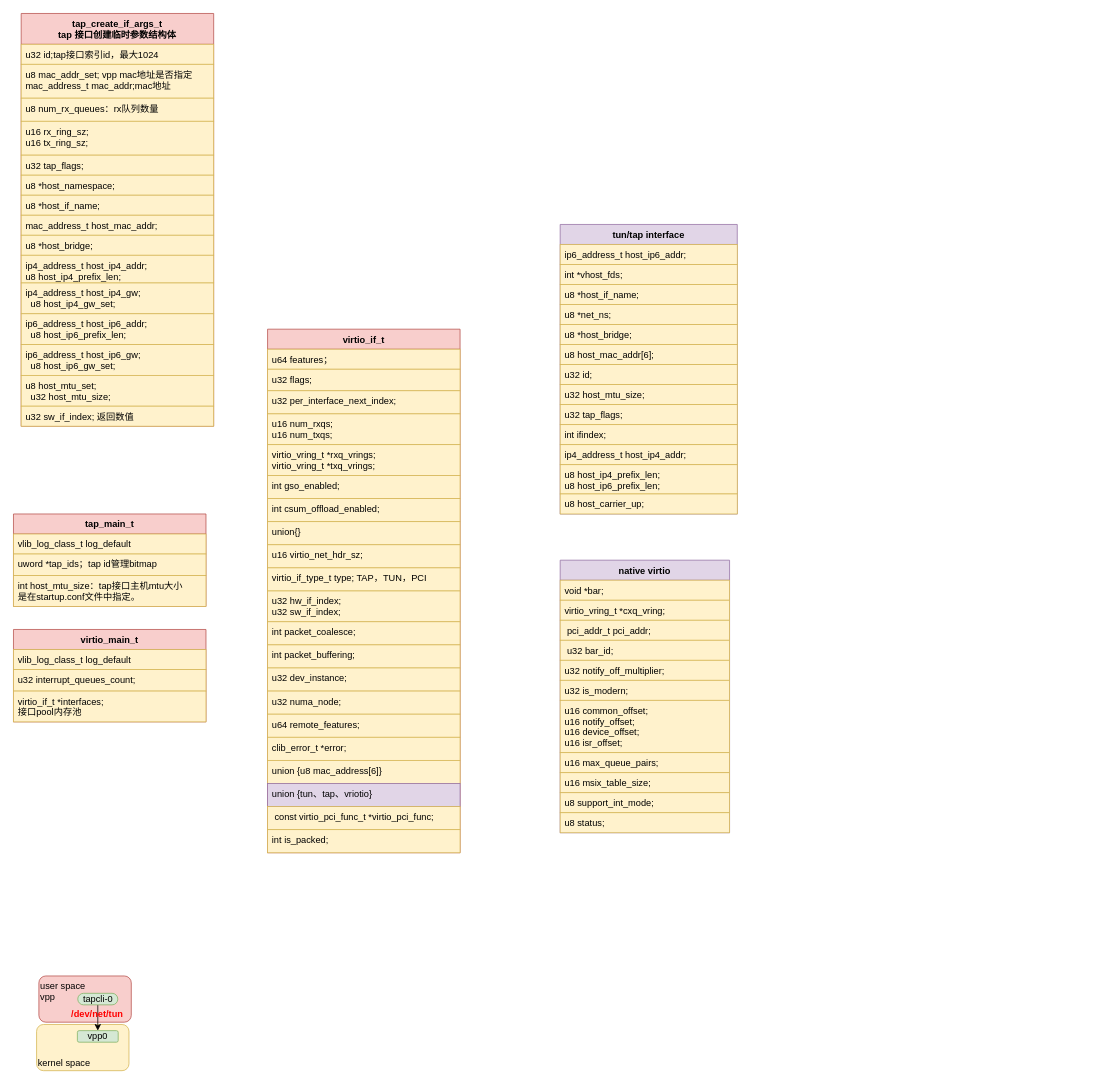
Before: new_map/vpp tap.drawio in jin13417/dpdk-vpp-learning, a draw.io diagram. Source tidied: cells renumbered, new cells numbered last; positions are measured from the earlier drawing's top-left corner, leaving out a move shared by most shapes. Both pictures are drawn from the tidied source at 77%, with x=0, y=0 at pixel (13, 13).
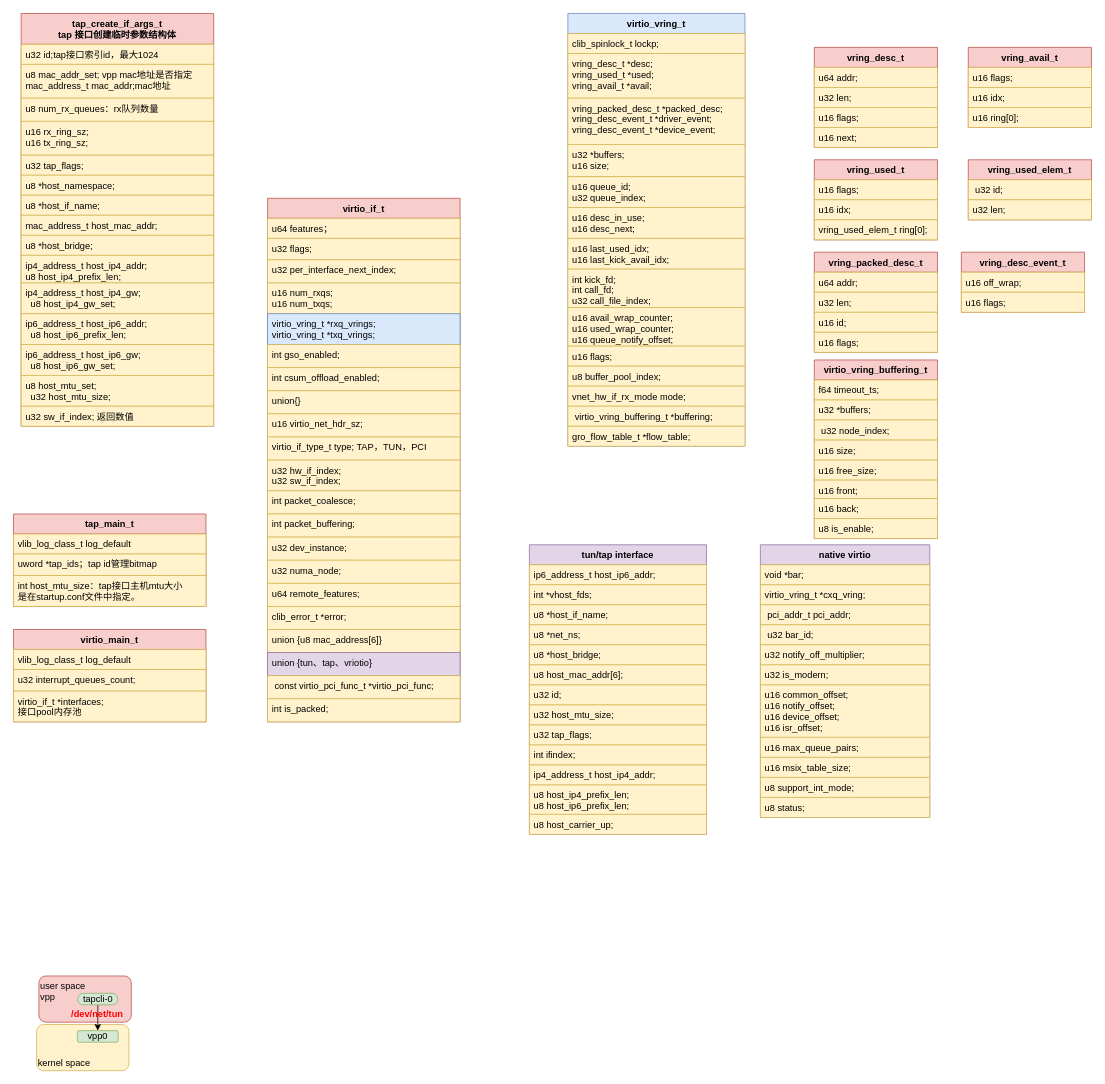
The same page after the edit.

Diff of the diagram source:
```diff
@@
     <mxCell id="32" value="virtio_if_t" style="swimlane;fontStyle=1;align=center;verticalAlign=top;horizontal=1;startSize=26;fillColor=#f8cecc;strokeColor=#b85450;" parent="1" vertex="1">
-      <mxGeometry x="330" y="410" width="250" height="680" as="geometry" />
+      <mxGeometry x="330" y="240" width="250" height="680" as="geometry" />
     </mxCell>
@@
-    <mxCell id="37" value="virtio_vring_t *rxq_vrings;&#10;virtio_vring_t *txq_vrings;" style="text;strokeColor=#d6b656;fillColor=#fff2cc;align=left;verticalAlign=top;spacingLeft=4;spacingRight=4;overflow=hidden;" parent="32" vertex="1">
+    <mxCell id="37" value="virtio_vring_t *rxq_vrings;&#10;virtio_vring_t *txq_vrings;" style="text;strokeColor=#6c8ebf;fillColor=#dae8fc;align=left;verticalAlign=top;spacingLeft=4;spacingRight=4;overflow=hidden;" parent="32" vertex="1">
       <mxGeometry y="150" width="250" height="40" as="geometry" />
     </mxCell>
@@
     <mxCell id="54" value="tun/tap interface" style="swimlane;fontStyle=1;align=center;verticalAlign=top;horizontal=1;startSize=26;fillColor=#e1d5e7;strokeColor=#9673a6;" parent="1" vertex="1">
-      <mxGeometry x="710" y="274" width="230" height="376" as="geometry" />
+      <mxGeometry x="670" y="690" width="230" height="376" as="geometry" />
     </mxCell>
@@
     <mxCell id="68" value="native virtio" style="swimlane;fontStyle=1;align=center;verticalAlign=top;horizontal=1;startSize=26;fillColor=#e1d5e7;strokeColor=#9673a6;" parent="1" vertex="1">
-      <mxGeometry x="710" y="710" width="220" height="354" as="geometry" />
+      <mxGeometry x="970" y="690" width="220" height="354" as="geometry" />
     </mxCell>
@@
+    <mxCell id="80" value="virtio_vring_t" style="swimlane;fontStyle=1;align=center;verticalAlign=top;horizontal=1;startSize=26;fillColor=#dae8fc;strokeColor=#6c8ebf;" parent="1" vertex="1">
+      <mxGeometry x="720" width="230" height="562" as="geometry" />
+    </mxCell>
+    <mxCell id="81" value="clib_spinlock_t lockp;" style="text;strokeColor=#d6b656;fillColor=#fff2cc;align=left;verticalAlign=top;spacingLeft=4;spacingRight=4;overflow=hidden;" parent="80" vertex="1">
+      <mxGeometry y="26" width="230" height="26" as="geometry" />
+    </mxCell>
+    <mxCell id="82" value="vring_desc_t *desc;&#10;vring_used_t *used;&#10;vring_avail_t *avail;" style="text;strokeColor=#d6b656;fillColor=#fff2cc;align=left;verticalAlign=top;spacingLeft=4;spacingRight=4;overflow=hidden;" parent="80" vertex="1">
+      <mxGeometry y="52" width="230" height="58" as="geometry" />
+    </mxCell>
+    <mxCell id="83" value="vring_packed_desc_t *packed_desc;&#10;vring_desc_event_t *driver_event;&#10;vring_desc_event_t *device_event;" style="text;strokeColor=#d6b656;fillColor=#fff2cc;align=left;verticalAlign=top;spacingLeft=4;spacingRight=4;overflow=hidden;" parent="80" vertex="1">
+      <mxGeometry y="110" width="230" height="60" as="geometry" />
+    </mxCell>
+    <mxCell id="84" value="u32 *buffers;&#10;u16 size;" style="text;strokeColor=#d6b656;fillColor=#fff2cc;align=left;verticalAlign=top;spacingLeft=4;spacingRight=4;overflow=hidden;" parent="80" vertex="1">
+      <mxGeometry y="170" width="230" height="42" as="geometry" />
+    </mxCell>
+    <mxCell id="85" value="u16 queue_id;&#10;u32 queue_index;" style="text;strokeColor=#d6b656;fillColor=#fff2cc;align=left;verticalAlign=top;spacingLeft=4;spacingRight=4;overflow=hidden;" parent="80" vertex="1">
+      <mxGeometry y="212" width="230" height="40" as="geometry" />
+    </mxCell>
+    <mxCell id="86" value="u16 desc_in_use;&#10;u16 desc_next;" style="text;strokeColor=#d6b656;fillColor=#fff2cc;align=left;verticalAlign=top;spacingLeft=4;spacingRight=4;overflow=hidden;" parent="80" vertex="1">
+      <mxGeometry y="252" width="230" height="40" as="geometry" />
+    </mxCell>
+    <mxCell id="87" value="u16 last_used_idx;&#10;u16 last_kick_avail_idx;" style="text;strokeColor=#d6b656;fillColor=#fff2cc;align=left;verticalAlign=top;spacingLeft=4;spacingRight=4;overflow=hidden;" parent="80" vertex="1">
+      <mxGeometry y="292" width="230" height="40" as="geometry" />
+    </mxCell>
+    <mxCell id="88" value="int kick_fd;&#10;int call_fd;&#10;u32 call_file_index;" style="text;strokeColor=#d6b656;fillColor=#fff2cc;align=left;verticalAlign=top;spacingLeft=4;spacingRight=4;overflow=hidden;" parent="80" vertex="1">
+      <mxGeometry y="332" width="230" height="50" as="geometry" />
+    </mxCell>
+    <mxCell id="89" value="u16 avail_wrap_counter;&#10;u16 used_wrap_counter;&#10;u16 queue_notify_offset;" style="text;strokeColor=#d6b656;fillColor=#fff2cc;align=left;verticalAlign=top;spacingLeft=4;spacingRight=4;overflow=hidden;" parent="80" vertex="1">
+      <mxGeometry y="382" width="230" height="50" as="geometry" />
+    </mxCell>
+    <mxCell id="90" value="u16 flags;" style="text;strokeColor=#d6b656;fillColor=#fff2cc;align=left;verticalAlign=top;spacingLeft=4;spacingRight=4;overflow=hidden;" parent="80" vertex="1">
+      <mxGeometry y="432" width="230" height="26" as="geometry" />
+    </mxCell>
+    <mxCell id="91" value="u8 buffer_pool_index;" style="text;strokeColor=#d6b656;fillColor=#fff2cc;align=left;verticalAlign=top;spacingLeft=4;spacingRight=4;overflow=hidden;" parent="80" vertex="1">
+      <mxGeometry y="458" width="230" height="26" as="geometry" />
+    </mxCell>
+    <mxCell id="92" value="vnet_hw_if_rx_mode mode;" style="text;strokeColor=#d6b656;fillColor=#fff2cc;align=left;verticalAlign=top;spacingLeft=4;spacingRight=4;overflow=hidden;" parent="80" vertex="1">
+      <mxGeometry y="484" width="230" height="26" as="geometry" />
+    </mxCell>
+    <mxCell id="93" value=" virtio_vring_buffering_t *buffering;" style="text;strokeColor=#d6b656;fillColor=#fff2cc;align=left;verticalAlign=top;spacingLeft=4;spacingRight=4;overflow=hidden;" parent="80" vertex="1">
+      <mxGeometry y="510" width="230" height="26" as="geometry" />
+    </mxCell>
+    <mxCell id="94" value="gro_flow_table_t *flow_table;" style="text;strokeColor=#d6b656;fillColor=#fff2cc;align=left;verticalAlign=top;spacingLeft=4;spacingRight=4;overflow=hidden;" parent="80" vertex="1">
+      <mxGeometry y="536" width="230" height="26" as="geometry" />
+    </mxCell>
+    <mxCell id="95" value="vring_desc_t" style="swimlane;fontStyle=1;align=center;verticalAlign=top;horizontal=1;startSize=26;fillColor=#f8cecc;strokeColor=#b85450;" parent="1" vertex="1">
+      <mxGeometry x="1040" y="44" width="160" height="130" as="geometry" />
+    </mxCell>
+    <mxCell id="96" value="u64 addr;" style="text;strokeColor=#d6b656;fillColor=#fff2cc;align=left;verticalAlign=top;spacingLeft=4;spacingRight=4;overflow=hidden;" parent="95" vertex="1">
+      <mxGeometry y="26" width="160" height="26" as="geometry" />
+    </mxCell>
+    <mxCell id="97" value="u32 len;" style="text;strokeColor=#d6b656;fillColor=#fff2cc;align=left;verticalAlign=top;spacingLeft=4;spacingRight=4;overflow=hidden;" parent="95" vertex="1">
+      <mxGeometry y="52" width="160" height="26" as="geometry" />
+    </mxCell>
+    <mxCell id="98" value="u16 flags;" style="text;strokeColor=#d6b656;fillColor=#fff2cc;align=left;verticalAlign=top;spacingLeft=4;spacingRight=4;overflow=hidden;" parent="95" vertex="1">
+      <mxGeometry y="78" width="160" height="26" as="geometry" />
+    </mxCell>
+    <mxCell id="99" value="u16 next;" style="text;strokeColor=#d6b656;fillColor=#fff2cc;align=left;verticalAlign=top;spacingLeft=4;spacingRight=4;overflow=hidden;" parent="95" vertex="1">
+      <mxGeometry y="104" width="160" height="26" as="geometry" />
+    </mxCell>
+    <mxCell id="100" value="vring_avail_t" style="swimlane;fontStyle=1;align=center;verticalAlign=top;horizontal=1;startSize=26;fillColor=#f8cecc;strokeColor=#b85450;" parent="1" vertex="1">
+      <mxGeometry x="1240" y="44" width="160" height="104" as="geometry" />
+    </mxCell>
+    <mxCell id="101" value="u16 flags;" style="text;strokeColor=#d6b656;fillColor=#fff2cc;align=left;verticalAlign=top;spacingLeft=4;spacingRight=4;overflow=hidden;" parent="100" vertex="1">
+      <mxGeometry y="26" width="160" height="26" as="geometry" />
+    </mxCell>
+    <mxCell id="102" value="u16 idx;" style="text;strokeColor=#d6b656;fillColor=#fff2cc;align=left;verticalAlign=top;spacingLeft=4;spacingRight=4;overflow=hidden;" parent="100" vertex="1">
+      <mxGeometry y="52" width="160" height="26" as="geometry" />
+    </mxCell>
+    <mxCell id="103" value="u16 ring[0];" style="text;strokeColor=#d6b656;fillColor=#fff2cc;align=left;verticalAlign=top;spacingLeft=4;spacingRight=4;overflow=hidden;" parent="100" vertex="1">
+      <mxGeometry y="78" width="160" height="26" as="geometry" />
+    </mxCell>
+    <mxCell id="104" value="vring_used_t" style="swimlane;fontStyle=1;align=center;verticalAlign=top;horizontal=1;startSize=26;fillColor=#f8cecc;strokeColor=#b85450;" parent="1" vertex="1">
+      <mxGeometry x="1040" y="190" width="160" height="104" as="geometry" />
+    </mxCell>
+    <mxCell id="105" value="u16 flags;" style="text;strokeColor=#d6b656;fillColor=#fff2cc;align=left;verticalAlign=top;spacingLeft=4;spacingRight=4;overflow=hidden;" parent="104" vertex="1">
+      <mxGeometry y="26" width="160" height="26" as="geometry" />
+    </mxCell>
+    <mxCell id="106" value="u16 idx;" style="text;strokeColor=#d6b656;fillColor=#fff2cc;align=left;verticalAlign=top;spacingLeft=4;spacingRight=4;overflow=hidden;" parent="104" vertex="1">
+      <mxGeometry y="52" width="160" height="26" as="geometry" />
+    </mxCell>
+    <mxCell id="107" value="vring_used_elem_t ring[0];" style="text;strokeColor=#d6b656;fillColor=#fff2cc;align=left;verticalAlign=top;spacingLeft=4;spacingRight=4;overflow=hidden;" parent="104" vertex="1">
+      <mxGeometry y="78" width="160" height="26" as="geometry" />
+    </mxCell>
+    <mxCell id="108" value="vring_used_elem_t" style="swimlane;fontStyle=1;align=center;verticalAlign=top;horizontal=1;startSize=26;fillColor=#f8cecc;strokeColor=#b85450;" parent="1" vertex="1">
+      <mxGeometry x="1240" y="190" width="160" height="78" as="geometry" />
+    </mxCell>
+    <mxCell id="109" value=" u32 id;" style="text;strokeColor=#d6b656;fillColor=#fff2cc;align=left;verticalAlign=top;spacingLeft=4;spacingRight=4;overflow=hidden;" parent="108" vertex="1">
+      <mxGeometry y="26" width="160" height="26" as="geometry" />
+    </mxCell>
+    <mxCell id="110" value="u32 len;" style="text;strokeColor=#d6b656;fillColor=#fff2cc;align=left;verticalAlign=top;spacingLeft=4;spacingRight=4;overflow=hidden;" parent="108" vertex="1">
+      <mxGeometry y="52" width="160" height="26" as="geometry" />
+    </mxCell>
+    <mxCell id="111" value="vring_packed_desc_t" style="swimlane;fontStyle=1;align=center;verticalAlign=top;horizontal=1;startSize=26;fillColor=#f8cecc;strokeColor=#b85450;" parent="1" vertex="1">
+      <mxGeometry x="1040" y="310" width="160" height="130" as="geometry" />
+    </mxCell>
+    <mxCell id="112" value="u64 addr;" style="text;strokeColor=#d6b656;fillColor=#fff2cc;align=left;verticalAlign=top;spacingLeft=4;spacingRight=4;overflow=hidden;" parent="111" vertex="1">
+      <mxGeometry y="26" width="160" height="26" as="geometry" />
+    </mxCell>
+    <mxCell id="113" value="u32 len;" style="text;strokeColor=#d6b656;fillColor=#fff2cc;align=left;verticalAlign=top;spacingLeft=4;spacingRight=4;overflow=hidden;" parent="111" vertex="1">
+      <mxGeometry y="52" width="160" height="26" as="geometry" />
+    </mxCell>
+    <mxCell id="114" value="u16 id;" style="text;strokeColor=#d6b656;fillColor=#fff2cc;align=left;verticalAlign=top;spacingLeft=4;spacingRight=4;overflow=hidden;" parent="111" vertex="1">
+      <mxGeometry y="78" width="160" height="26" as="geometry" />
+    </mxCell>
+    <mxCell id="115" value="u16 flags;" style="text;strokeColor=#d6b656;fillColor=#fff2cc;align=left;verticalAlign=top;spacingLeft=4;spacingRight=4;overflow=hidden;" parent="111" vertex="1">
+      <mxGeometry y="104" width="160" height="26" as="geometry" />
+    </mxCell>
+    <mxCell id="116" value="vring_desc_event_t" style="swimlane;fontStyle=1;align=center;verticalAlign=top;horizontal=1;startSize=26;fillColor=#f8cecc;strokeColor=#b85450;" parent="1" vertex="1">
+      <mxGeometry x="1231" y="310" width="160" height="78" as="geometry" />
+    </mxCell>
+    <mxCell id="117" value="u16 off_wrap;" style="text;strokeColor=#d6b656;fillColor=#fff2cc;align=left;verticalAlign=top;spacingLeft=4;spacingRight=4;overflow=hidden;" parent="116" vertex="1">
+      <mxGeometry y="26" width="160" height="26" as="geometry" />
+    </mxCell>
+    <mxCell id="118" value="u16 flags;" style="text;strokeColor=#d6b656;fillColor=#fff2cc;align=left;verticalAlign=top;spacingLeft=4;spacingRight=4;overflow=hidden;" parent="116" vertex="1">
+      <mxGeometry y="52" width="160" height="26" as="geometry" />
+    </mxCell>
+    <mxCell id="119" value="virtio_vring_buffering_t" style="swimlane;fontStyle=1;align=center;verticalAlign=top;horizontal=1;startSize=26;fillColor=#f8cecc;strokeColor=#b85450;" parent="1" vertex="1">
+      <mxGeometry x="1040" y="450" width="160" height="232" as="geometry" />
+    </mxCell>
+    <mxCell id="120" value="f64 timeout_ts;" style="text;strokeColor=#d6b656;fillColor=#fff2cc;align=left;verticalAlign=top;spacingLeft=4;spacingRight=4;overflow=hidden;" parent="119" vertex="1">
+      <mxGeometry y="26" width="160" height="26" as="geometry" />
+    </mxCell>
+    <mxCell id="121" value="u32 *buffers;" style="text;strokeColor=#d6b656;fillColor=#fff2cc;align=left;verticalAlign=top;spacingLeft=4;spacingRight=4;overflow=hidden;" parent="119" vertex="1">
+      <mxGeometry y="52" width="160" height="26" as="geometry" />
+    </mxCell>
+    <mxCell id="122" value=" u32 node_index;" style="text;strokeColor=#d6b656;fillColor=#fff2cc;align=left;verticalAlign=top;spacingLeft=4;spacingRight=4;overflow=hidden;" parent="119" vertex="1">
+      <mxGeometry y="78" width="160" height="26" as="geometry" />
+    </mxCell>
+    <mxCell id="123" value="u16 size;" style="text;strokeColor=#d6b656;fillColor=#fff2cc;align=left;verticalAlign=top;spacingLeft=4;spacingRight=4;overflow=hidden;" parent="119" vertex="1">
+      <mxGeometry y="104" width="160" height="26" as="geometry" />
+    </mxCell>
+    <mxCell id="124" value="u16 free_size;" style="text;strokeColor=#d6b656;fillColor=#fff2cc;align=left;verticalAlign=top;spacingLeft=4;spacingRight=4;overflow=hidden;" parent="119" vertex="1">
+      <mxGeometry y="130" width="160" height="26" as="geometry" />
+    </mxCell>
+    <mxCell id="125" value="u16 front;" style="text;strokeColor=#d6b656;fillColor=#fff2cc;align=left;verticalAlign=top;spacingLeft=4;spacingRight=4;overflow=hidden;" parent="119" vertex="1">
+      <mxGeometry y="156" width="160" height="24" as="geometry" />
+    </mxCell>
+    <mxCell id="126" value="u16 back;" style="text;strokeColor=#d6b656;fillColor=#fff2cc;align=left;verticalAlign=top;spacingLeft=4;spacingRight=4;overflow=hidden;" parent="119" vertex="1">
+      <mxGeometry y="180" width="160" height="26" as="geometry" />
+    </mxCell>
+    <mxCell id="127" value="u8 is_enable;" style="text;strokeColor=#d6b656;fillColor=#fff2cc;align=left;verticalAlign=top;spacingLeft=4;spacingRight=4;overflow=hidden;" parent="119" vertex="1">
+      <mxGeometry y="206" width="160" height="26" as="geometry" />
+    </mxCell>
```
